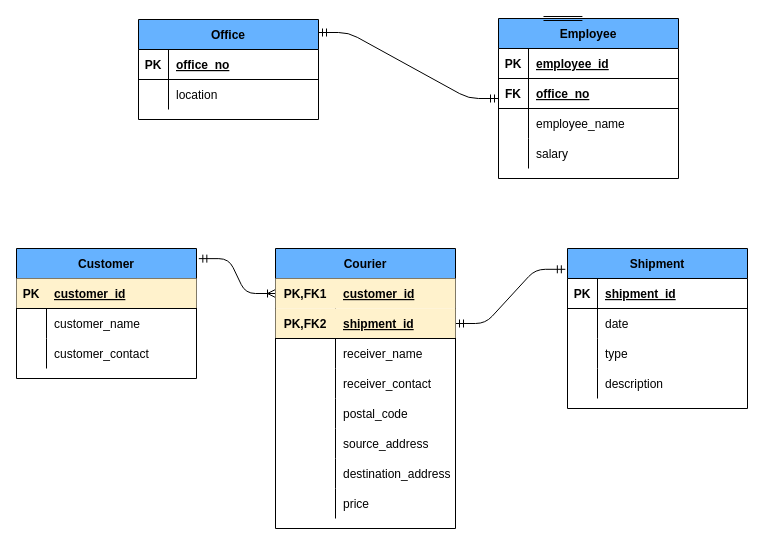
This is Untitled Diagram.drawio from mmuneeburahman/DB, a draw.io file, before an edit. Source tidied: cells renumbered, new cells numbered last; positions are measured from the earlier drawing's top-left corner, leaving out a move shared by most shapes. Both pictures are drawn from the tidied source at 100%, with x=0, y=0 at pixel (16, 18).
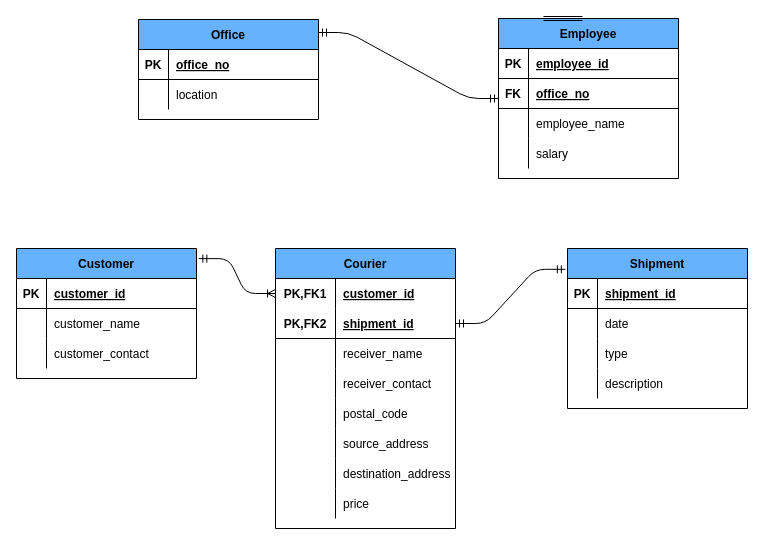
The same page after the edit.

The change refers to these unchanged cells:
```xml
<mxCell id="15" value="Customer" style="shape=table;startSize=30;childLayout=tableLayout;rowLines=0;fontStyle=1;align=center;fillColor=#66B2FF;" parent="1" vertex="1">
  <mxGeometry y="230" width="180" height="130" as="geometry" />
</mxCell>
<mxCell id="50" value="Courier" style="shape=table;startSize=30;childLayout=tableLayout;rowLines=0;fontStyle=1;align=center;fillColor=#66B2FF;" parent="1" vertex="1">
  <mxGeometry x="259" y="230" width="180" height="280" as="geometry" />
</mxCell>
```

The edit, as a diff of the source:
```diff
@@
-    <mxCell id="16" style="shape=partialRectangle;fillColor=#FFF2CC;top=0;left=0;bottom=1;right=0;" parent="15" vertex="1">
+    <mxCell id="16" style="shape=partialRectangle;fillColor=none;top=0;left=0;bottom=1;right=0;" parent="15" vertex="1">
       <mxGeometry y="30" width="180" height="30" as="geometry" />
     </mxCell>
@@
-    <mxCell id="51" style="shape=partialRectangle;fillColor=#FFF2CC;top=0;left=0;bottom=0;right=0;points=[[0,0.5],[1,0.5]];portConstraint=eastwest;" parent="50" vertex="1">
+    <mxCell id="51" style="shape=partialRectangle;fillColor=none;top=0;left=0;bottom=0;right=0;points=[[0,0.5],[1,0.5]];portConstraint=eastwest;" parent="50" vertex="1">
       <mxGeometry y="30" width="180" height="30" as="geometry" />
     </mxCell>
@@
-    <mxCell id="54" style="shape=partialRectangle;fillColor=#FFF2CC;top=0;left=0;bottom=1;right=0;points=[[0,0.5],[1,0.5]];portConstraint=eastwest;" parent="50" vertex="1">
+    <mxCell id="54" style="shape=partialRectangle;fillColor=none;top=0;left=0;bottom=1;right=0;points=[[0,0.5],[1,0.5]];portConstraint=eastwest;" parent="50" vertex="1">
       <mxGeometry y="60" width="180" height="30" as="geometry" />
     </mxCell>
```
